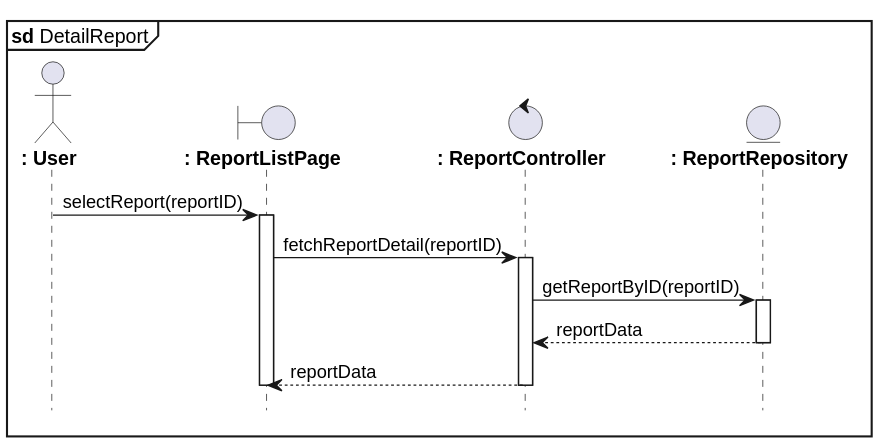
This is out/detail_report.svg from azrappp/learning_uml2.0_pmul, a PlantUML export, as it was before one commit.
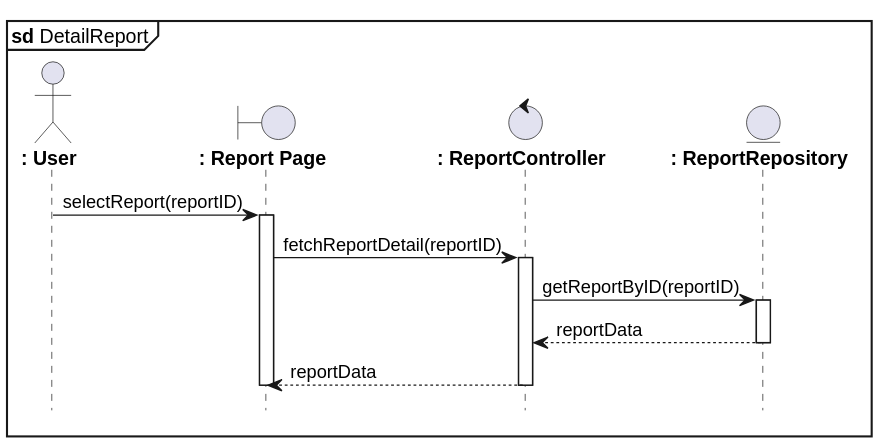
After the commit.

Change to the diagram source:
```diff
@@ -3,7 +3,7 @@
 hide footbox
 
 actor "**: User**" as User
-boundary "**: ReportListPage**" as ReportListPage
+boundary "**: Report Page**" as ReportListPage
 control "**: ReportController**" as ReportController
 entity "**: ReportRepository**" as ReportRepository
 
```
